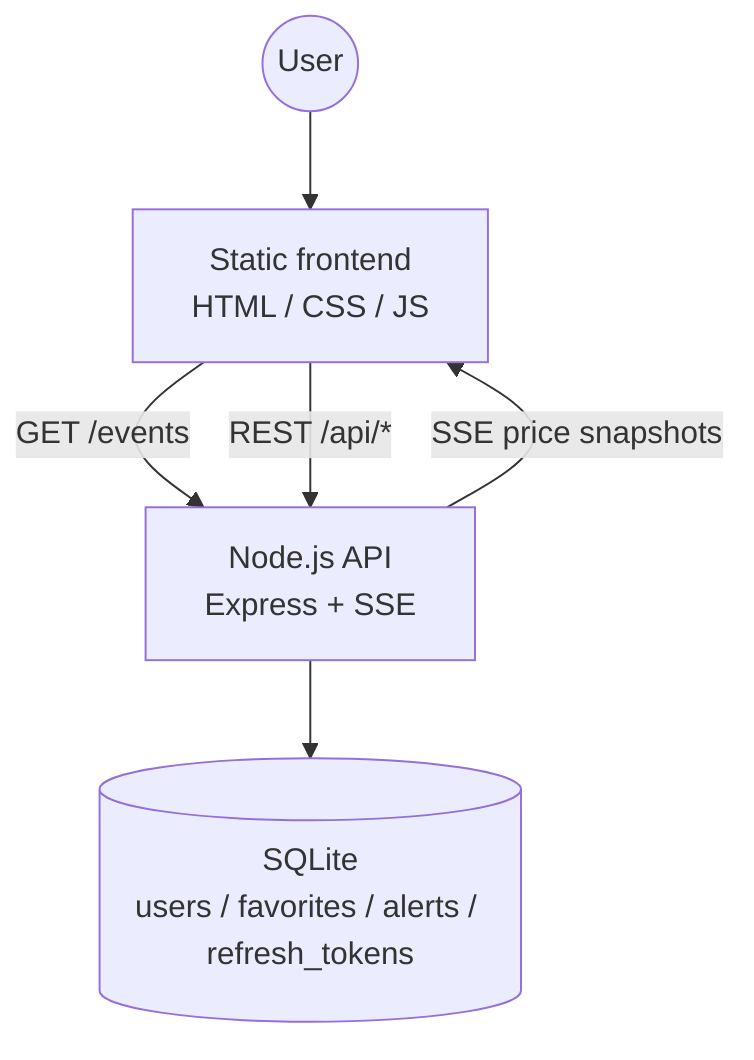
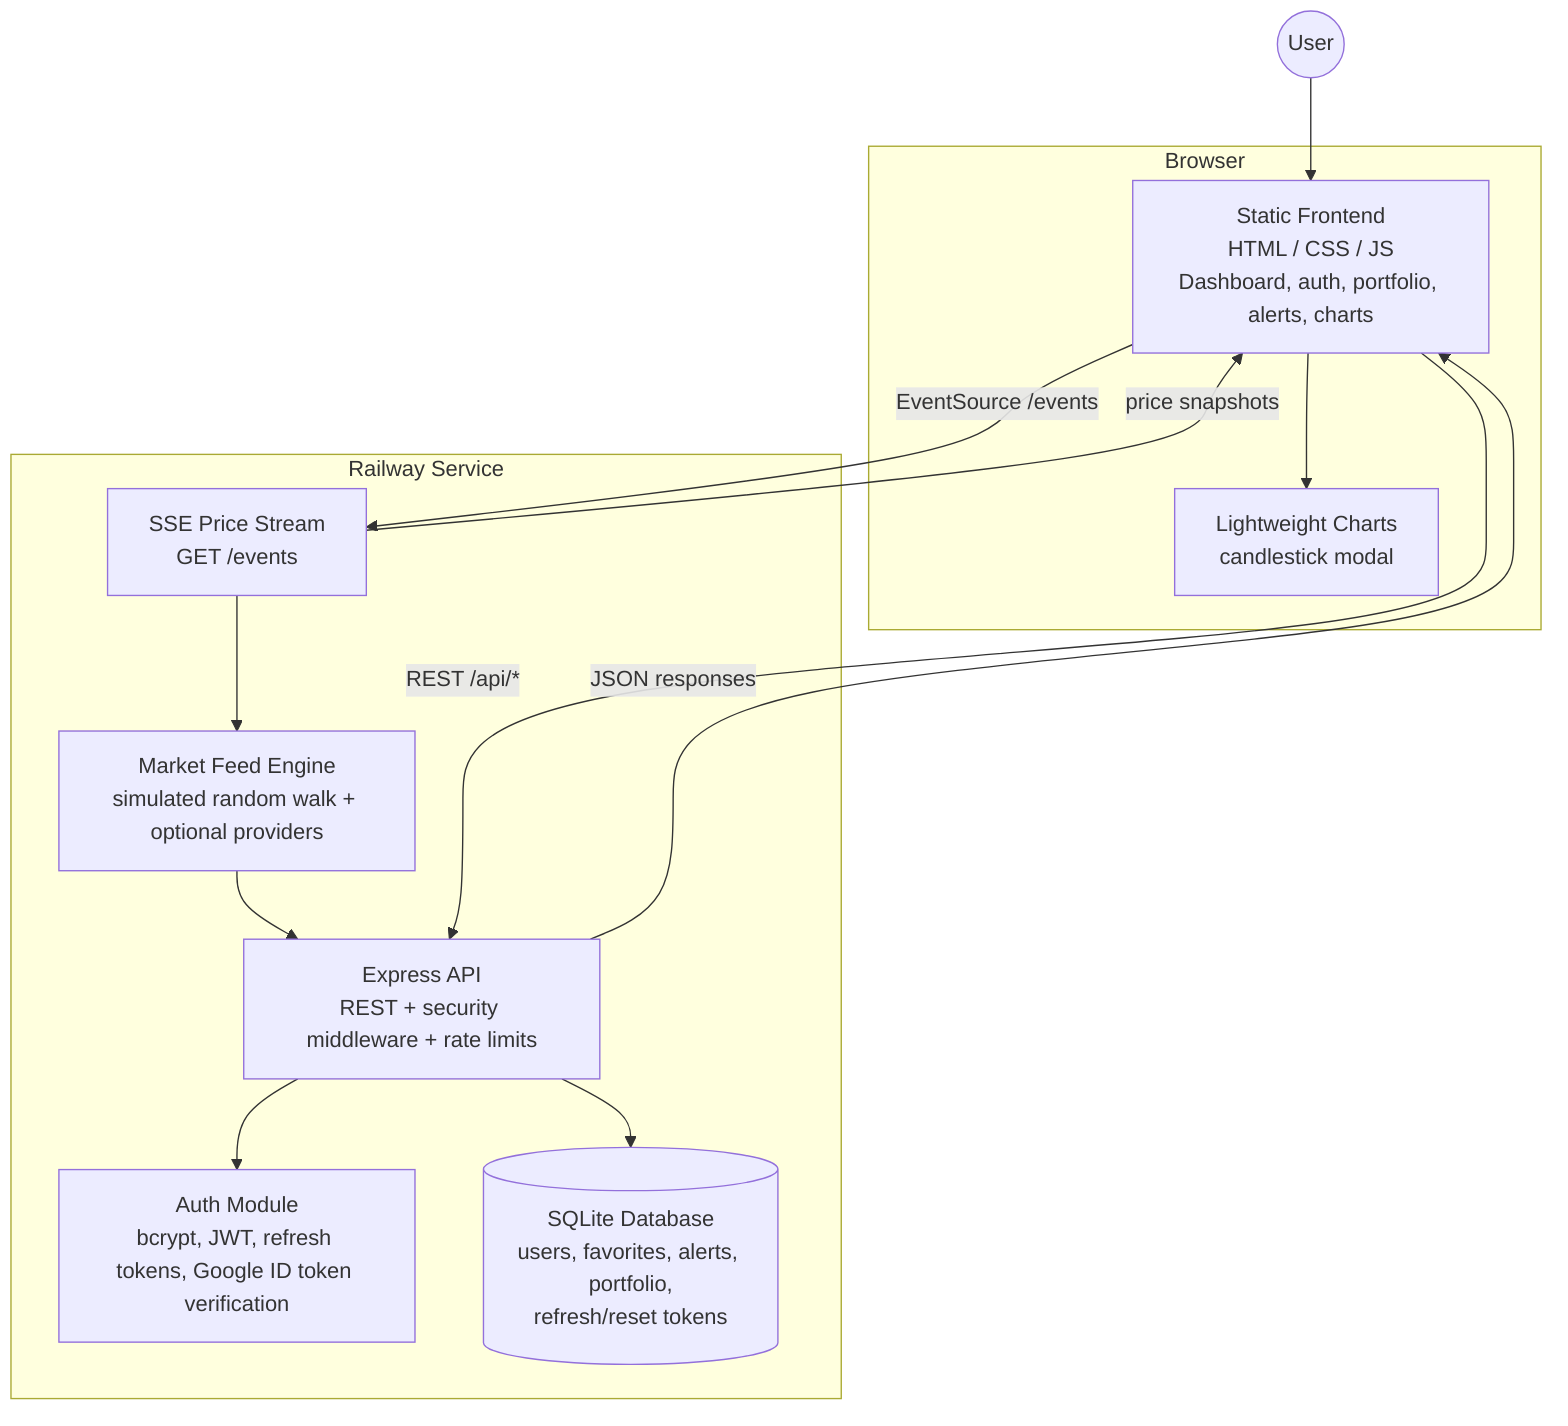
flowchart TD
    User(("User"))
-     Web["Static frontend<br/>HTML / CSS / JS"]
-     API["Node.js API<br/>Express + SSE"]
-     DB[("SQLite<br/>users / favorites / alerts / refresh_tokens")]
+ 
+     subgraph Browser["Browser"]
+       Web["Static Frontend\nHTML / CSS / JS\nDashboard, auth, portfolio, alerts, charts"]
+       Charts["Lightweight Charts\ncandlestick modal"]
+       Web --> Charts
+     end
+ 
+     subgraph Railway["Railway Service"]
+       API["Express API\nREST + security middleware + rate limits"]
+       SSE["SSE Price Stream\nGET /events"]
+       Feed["Market Feed Engine\nsimulated random walk + optional providers"]
+       Auth["Auth Module\nbcrypt, JWT, refresh tokens, Google ID token verification"]
+       DB[("SQLite Database\nusers, favorites, alerts, portfolio,\nrefresh/reset tokens")]
+       API --> Auth
+       API --> DB
+       SSE --> Feed
+       Feed --> API
+     end

    User --> Web
-     Web -->|GET /events| API
    Web -->|REST /api/*| API
-     API --> DB
-     API -->|SSE price snapshots| Web
+     Web -->|EventSource /events| SSE
+     API -->|JSON responses| Web
+     SSE -->|price snapshots| Web
